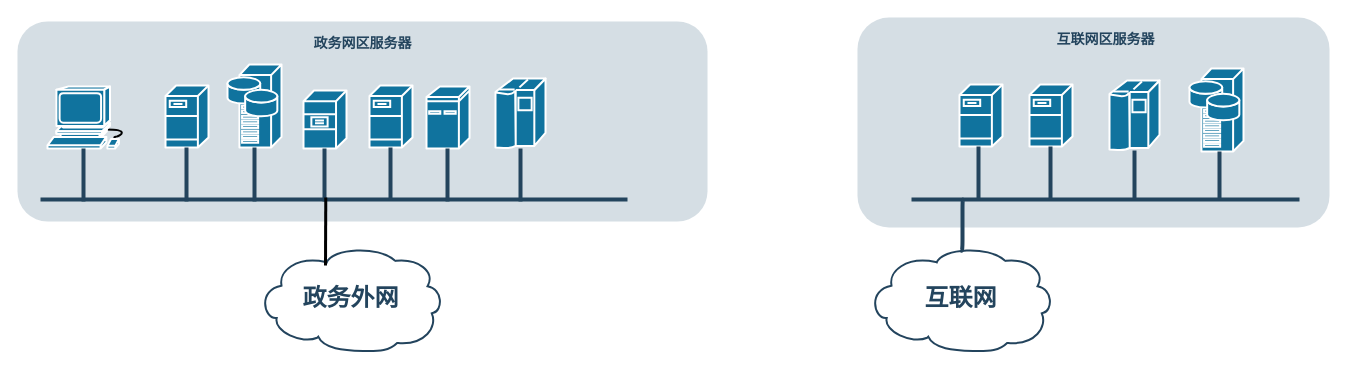
Above: Untitled Diagram.drawio in michelya/HellloWorld (draw.io), before the change. Source tidied: cells renumbered, new cells numbered last; positions are measured from the earlier drawing's top-left corner, leaving out a move shared by most shapes. Both pictures are drawn from the tidied source at 100%, with x=0, y=0 at pixel (17, 17).
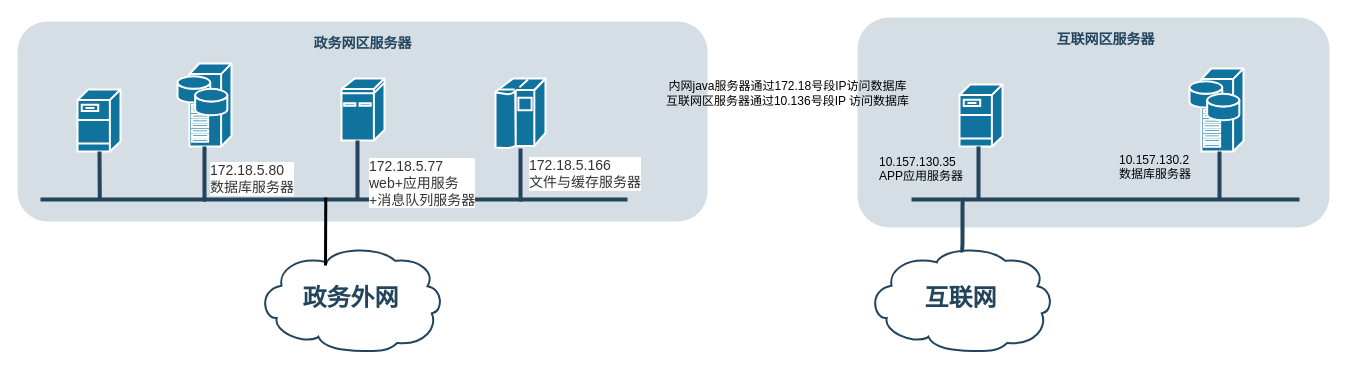
The same page after the edit.

Unchanged cells that the change refers to:
```xml
<mxCell id="16" style="line;html=1;strokeColor=#23445D;" parent="1" vertex="1">
  <mxGeometry x="23" y="177" width="587" height="10" as="geometry" />
</mxCell>
```

Diff of the diagram source:
```diff
@@
-    <mxCell id="4" style="shape=mxgraph.cisco.computers_and_peripherals.workstation;html=1;dashed=0;fillColor=#10739E;strokeColor=#ffffff;strokeWidth=2;verticalLabelPosition=bottom;verticalAlign=top;fontFamily=Helvetica;fontSize=36;fontColor=#FFB366;" parent="1" vertex="1">
-      <mxGeometry x="30" y="69" width="83" height="62" as="geometry" />
-    </mxCell>
     <mxCell id="5" style="shape=mxgraph.cisco.servers.fileserver;html=1;dashed=0;fillColor=#10739E;strokeColor=#ffffff;strokeWidth=2;verticalLabelPosition=bottom;verticalAlign=top;fontFamily=Helvetica;fontSize=36;fontColor=#FFB366;" parent="1" vertex="1">
-      <mxGeometry x="148" y="68" width="43" height="62" as="geometry" />
+      <mxGeometry x="60" y="72" width="43" height="62" as="geometry" />
     </mxCell>
-    <mxCell id="6" style="shape=mxgraph.cisco.servers.fileserver;html=1;dashed=0;fillColor=#10739E;strokeColor=#ffffff;strokeWidth=2;verticalLabelPosition=bottom;verticalAlign=top;fontFamily=Helvetica;fontSize=36;fontColor=#FFB366;" parent="1" vertex="1">
-      <mxGeometry x="352" y="68" width="43" height="62" as="geometry" />
-    </mxCell>
-    <mxCell id="7" style="shape=mxgraph.cisco.servers.file_server;html=1;dashed=0;fillColor=#10739E;strokeColor=#ffffff;strokeWidth=2;verticalLabelPosition=bottom;verticalAlign=top;fontFamily=Helvetica;fontSize=36;fontColor=#FFB366;" parent="1" vertex="1">
-      <mxGeometry x="286" y="73" width="43" height="58" as="geometry" />
-    </mxCell>
     <mxCell id="8" style="shape=mxgraph.cisco.servers.storage_server;html=1;dashed=0;fillColor=#10739E;strokeColor=#ffffff;strokeWidth=2;verticalLabelPosition=bottom;verticalAlign=top;fontFamily=Helvetica;fontSize=36;fontColor=#FFB366;" parent="1" vertex="1">
-      <mxGeometry x="210" y="47" width="54" height="83" as="geometry" />
+      <mxGeometry x="160" y="46" width="54" height="83" as="geometry" />
     </mxCell>
     <mxCell id="9" style="shape=mxgraph.cisco.computers_and_peripherals.ibm_mini_as400;html=1;dashed=0;fillColor=#10739E;strokeColor=#ffffff;strokeWidth=2;verticalLabelPosition=bottom;verticalAlign=top;fontFamily=Helvetica;fontSize=36;fontColor=#FFB366;" parent="1" vertex="1">
-      <mxGeometry x="409" y="69" width="43" height="62" as="geometry" />
+      <mxGeometry x="324" y="61" width="43" height="62" as="geometry" />
     </mxCell>
@@
-    <mxCell id="12" style="shape=mxgraph.cisco.servers.fileserver;html=1;dashed=0;fillColor=#10739E;strokeColor=#ffffff;strokeWidth=2;verticalLabelPosition=bottom;verticalAlign=top;fontFamily=Helvetica;fontSize=36;fontColor=#FFB366;" parent="1" vertex="1">
-      <mxGeometry x="1012" y="67" width="43" height="62" as="geometry" />
-    </mxCell>
-    <mxCell id="13" style="shape=mxgraph.cisco.computers_and_peripherals.ibm_mainframe;html=1;dashed=0;fillColor=#10739E;strokeColor=#ffffff;strokeWidth=2;verticalLabelPosition=bottom;verticalAlign=top;fontFamily=Helvetica;fontSize=36;fontColor=#FFB366;" parent="1" vertex="1">
-      <mxGeometry x="1092" y="63" width="50" height="70" as="geometry" />
-    </mxCell>
@@
     <mxCell id="19" style="edgeStyle=elbowEdgeStyle;elbow=horizontal;endArrow=none;html=1;strokeColor=#23445D;endFill=0;strokeWidth=4;rounded=1;" parent="1" edge="1" target="9">
       <mxGeometry relative="1" as="geometry">
-        <mxPoint x="430" y="184" as="sourcePoint" />
+        <mxPoint x="340" y="182" as="sourcePoint" />
+        <Array as="points">
+          <mxPoint x="340" y="182" />
+        </Array>
       </mxGeometry>
     </mxCell>
-    <mxCell id="20" style="edgeStyle=elbowEdgeStyle;elbow=horizontal;endArrow=none;html=1;strokeColor=#23445D;endFill=0;strokeWidth=4;rounded=1;" parent="1" edge="1" target="6">
-      <mxGeometry relative="1" as="geometry">
-        <mxPoint x="373" y="183" as="sourcePoint" />
-      </mxGeometry>
-    </mxCell>
-    <mxCell id="21" style="edgeStyle=elbowEdgeStyle;elbow=horizontal;endArrow=none;html=1;strokeColor=#23445D;endFill=0;strokeWidth=4;rounded=1;" parent="1" edge="1" target="7">
-      <mxGeometry relative="1" as="geometry">
-        <mxPoint x="307" y="184" as="sourcePoint" />
-      </mxGeometry>
-    </mxCell>
     <mxCell id="22" style="edgeStyle=elbowEdgeStyle;elbow=horizontal;endArrow=none;html=1;strokeColor=#23445D;endFill=0;strokeWidth=4;rounded=1;" parent="1" edge="1" target="8">
       <mxGeometry relative="1" as="geometry">
-        <mxPoint x="237" y="184" as="sourcePoint" />
+        <mxPoint x="187" y="178" as="sourcePoint" />
+        <Array as="points">
+          <mxPoint x="187" y="185" />
+        </Array>
       </mxGeometry>
     </mxCell>
-    <mxCell id="23" style="edgeStyle=elbowEdgeStyle;elbow=horizontal;endArrow=none;html=1;strokeColor=#23445D;endFill=0;strokeWidth=4;rounded=1;" parent="1" edge="1" target="5">
-      <mxGeometry relative="1" as="geometry">
-        <mxPoint x="169" y="184" as="sourcePoint" />
-      </mxGeometry>
+    <mxCell id="23" style="edgeStyle=elbowEdgeStyle;elbow=horizontal;endArrow=none;html=1;strokeColor=#23445D;endFill=0;strokeWidth=4;rounded=1;exitX=0.101;exitY=0.4;exitDx=0;exitDy=0;exitPerimeter=0;" parent="1" edge="1" source="16" target="5">
+      <mxGeometry relative="1" as="geometry" />
     </mxCell>
-    <mxCell id="24" style="edgeStyle=elbowEdgeStyle;elbow=horizontal;endArrow=none;html=1;strokeColor=#23445D;endFill=0;strokeWidth=4;rounded=1;" parent="1" edge="1" target="4">
-      <mxGeometry relative="1" as="geometry">
-        <mxPoint x="66" y="184" as="sourcePoint" />
-      </mxGeometry>
-    </mxCell>
@@
-    <mxCell id="26" style="edgeStyle=elbowEdgeStyle;elbow=horizontal;endArrow=none;html=1;strokeColor=#23445D;endFill=0;strokeWidth=4;rounded=1;" parent="1" edge="1" source="12">
-      <mxGeometry relative="1" as="geometry">
-        <mxPoint x="1033.3" y="182.1" as="targetPoint" />
-      </mxGeometry>
-    </mxCell>
-    <mxCell id="27" style="edgeStyle=elbowEdgeStyle;elbow=horizontal;endArrow=none;html=1;strokeColor=#23445D;endFill=0;strokeWidth=4;rounded=1;" parent="1" edge="1" source="13">
-      <mxGeometry relative="1" as="geometry">
-        <mxPoint x="1117.3" y="182.1" as="targetPoint" />
-      </mxGeometry>
-    </mxCell>
@@
+    <mxCell id="34" value="&lt;pre style=&quot;margin: 0px ; padding: 0px ; font-family: &amp;#34;microsoft yahei&amp;#34; ; color: rgb(51 , 51 , 51) ; font-size: 14px ; font-style: normal ; font-weight: 400 ; letter-spacing: normal ; text-align: left ; text-indent: 0px ; text-transform: none ; word-spacing: 0px ; background-color: rgb(255 , 255 , 255)&quot;&gt;172.18.5.80&lt;/pre&gt;&lt;pre style=&quot;margin: 0px ; padding: 0px ; font-family: &amp;#34;microsoft yahei&amp;#34; ; color: rgb(51 , 51 , 51) ; font-size: 14px ; font-style: normal ; font-weight: 400 ; letter-spacing: normal ; text-align: left ; text-indent: 0px ; text-transform: none ; word-spacing: 0px ; background-color: rgb(255 , 255 , 255)&quot;&gt;数据库服务器&lt;/pre&gt;" style="text;whiteSpace=wrap;html=1;fillColor=none;" parent="1" vertex="1">
+      <mxGeometry x="191" y="138" width="100" height="30" as="geometry" />
+    </mxCell>
+    <mxCell id="35" value="&lt;pre style=&quot;margin: 0px ; padding: 0px ; font-family: &amp;#34;microsoft yahei&amp;#34; ; color: rgb(51 , 51 , 51) ; font-size: 14px ; font-style: normal ; font-weight: 400 ; letter-spacing: normal ; text-align: left ; text-indent: 0px ; text-transform: none ; word-spacing: 0px ; background-color: rgb(255 , 255 , 255)&quot;&gt;172.18.5.166&lt;/pre&gt;&lt;pre style=&quot;margin: 0px ; padding: 0px ; font-family: &amp;#34;microsoft yahei&amp;#34; ; color: rgb(51 , 51 , 51) ; font-size: 14px ; font-style: normal ; font-weight: 400 ; letter-spacing: normal ; text-align: left ; text-indent: 0px ; text-transform: none ; word-spacing: 0px ; background-color: rgb(255 , 255 , 255)&quot;&gt;文件与缓存服务器&lt;/pre&gt;" style="text;whiteSpace=wrap;html=1;" parent="1" vertex="1">
+      <mxGeometry x="510" y="133" width="100" height="30" as="geometry" />
+    </mxCell>
+    <mxCell id="36" value="&lt;pre style=&quot;margin: 0px ; padding: 0px ; font-family: &amp;#34;microsoft yahei&amp;#34; ; color: rgb(51 , 51 , 51) ; font-size: 14px ; font-style: normal ; font-weight: 400 ; letter-spacing: normal ; text-align: left ; text-indent: 0px ; text-transform: none ; word-spacing: 0px ; background-color: rgb(255 , 255 , 255)&quot;&gt;172.18.5.77&lt;/pre&gt;&lt;pre style=&quot;margin: 0px ; padding: 0px ; font-family: &amp;#34;microsoft yahei&amp;#34; ; color: rgb(51 , 51 , 51) ; font-size: 14px ; font-style: normal ; font-weight: 400 ; letter-spacing: normal ; text-align: left ; text-indent: 0px ; text-transform: none ; word-spacing: 0px ; background-color: rgb(255 , 255 , 255)&quot;&gt;web+应用服务&lt;/pre&gt;&lt;pre style=&quot;margin: 0px ; padding: 0px ; font-family: &amp;#34;microsoft yahei&amp;#34; ; color: rgb(51 , 51 , 51) ; font-size: 14px ; font-style: normal ; font-weight: 400 ; letter-spacing: normal ; text-align: left ; text-indent: 0px ; text-transform: none ; word-spacing: 0px ; background-color: rgb(255 , 255 , 255)&quot;&gt;+消息队列服务器&lt;/pre&gt;" style="text;whiteSpace=wrap;html=1;" parent="1" vertex="1">
+      <mxGeometry x="350" y="134" width="100" height="30" as="geometry" />
+    </mxCell>
+    <mxCell id="37" value="10.157.130.35&lt;br&gt;APP应用服务器" style="text;whiteSpace=wrap;html=1;" parent="1" vertex="1">
+      <mxGeometry x="860" y="131" width="100" height="30" as="geometry" />
+    </mxCell>
+    <mxCell id="38" value="&lt;div&gt;内网java服务器通过172.18号段IP访问数据库&lt;/div&gt;&lt;div&gt;互联网区服务器通过10.136号段IP 访问数据库&lt;/div&gt;" style="text;html=1;align=center;verticalAlign=middle;strokeColor=none;" parent="1" vertex="1">
+      <mxGeometry x="640" y="61" width="260" height="30" as="geometry" />
+    </mxCell>
+    <mxCell id="39" value="10.157.130.2&lt;br&gt;数据库服务器" style="text;whiteSpace=wrap;html=1;" parent="1" vertex="1">
+      <mxGeometry x="1100" y="129" width="100" height="30" as="geometry" />
+    </mxCell>
+    <mxCell id="40" style="edgeStyle=orthogonalEdgeStyle;rounded=0;orthogonalLoop=1;jettySize=auto;html=1;exitX=0.5;exitY=1;exitDx=0;exitDy=0;" parent="1" edge="1" source="39" target="39">
+      <mxGeometry relative="1" as="geometry" />
+    </mxCell>
```
